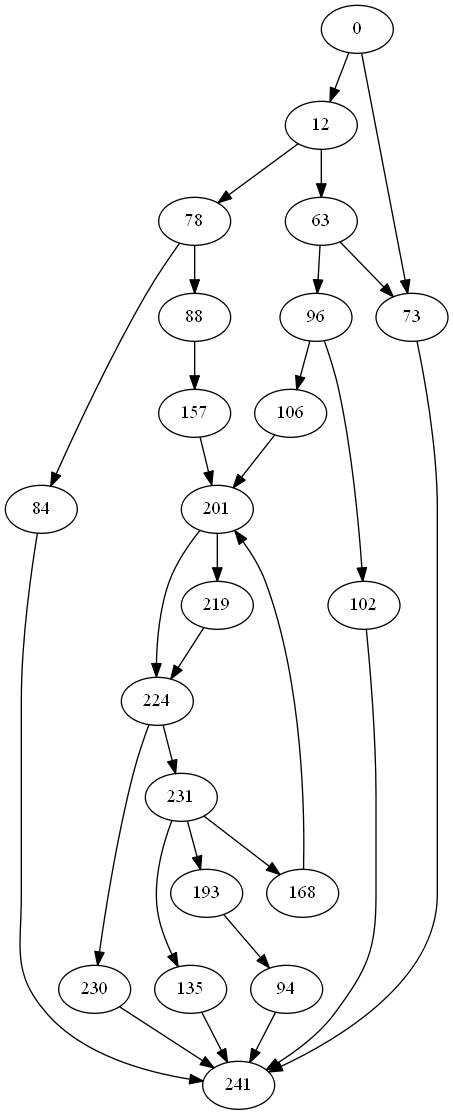
Earlier version of the Graphviz export iEvmOpt/Cfg/CfgOutput/assertExample_graph.png (Michael-LiangAnze/iEvmOpt). Its source is kept beside it as iEvmOpt/Cfg/CfgOutput/assertExample_graph.gv.
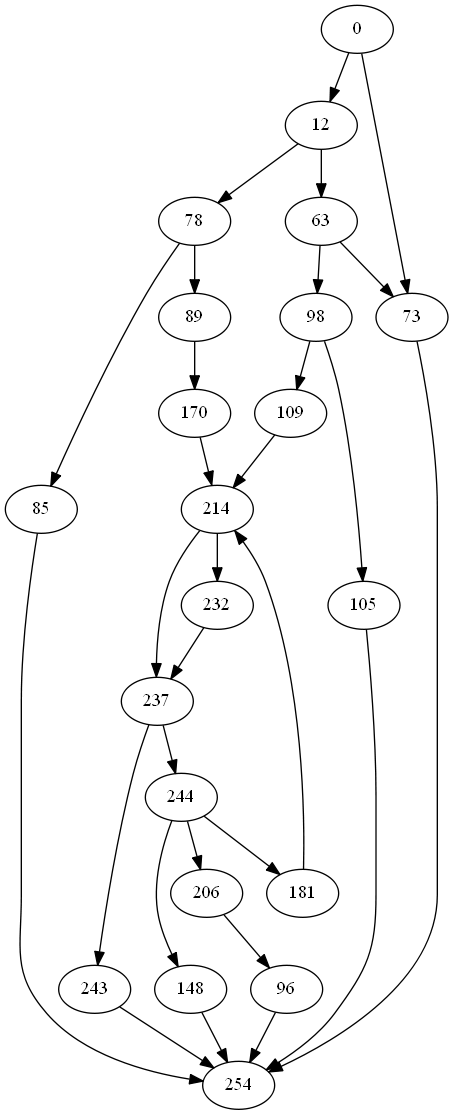
Above is the later version.

What changed in the source:
```diff
@@ -4,49 +4,49 @@
 	63 [label=63]
 	73 [label=73]
 	78 [label=78]
-	84 [label=84]
-	88 [label=88]
-	94 [label=94]
+	85 [label=85]
+	89 [label=89]
 	96 [label=96]
-	102 [label=102]
-	106 [label=106]
-	135 [label=135]
-	157 [label=157]
-	168 [label=168]
-	193 [label=193]
-	201 [label=201]
-	219 [label=219]
-	224 [label=224]
-	230 [label=230]
-	231 [label=231]
-	241 [label=241]
+	98 [label=98]
+	105 [label=105]
+	109 [label=109]
+	148 [label=148]
+	170 [label=170]
+	181 [label=181]
+	206 [label=206]
+	214 [label=214]
+	232 [label=232]
+	237 [label=237]
+	243 [label=243]
+	244 [label=244]
+	254 [label=254]
 	0 -> 73
 	0 -> 12
 	12 -> 78
 	12 -> 63
-	63 -> 96
 	63 -> 73
-	73 -> 241
-	78 -> 88
-	78 -> 84
-	84 -> 241
-	88 -> 157
-	94 -> 241
-	96 -> 106
-	96 -> 102
-	102 -> 241
-	106 -> 201
-	135 -> 241
-	157 -> 201
-	168 -> 201
-	193 -> 94
-	201 -> 224
-	201 -> 219
-	219 -> 224
-	224 -> 230
-	224 -> 231
-	230 -> 241
-	231 -> 168
-	231 -> 193
-	231 -> 135
+	63 -> 98
+	73 -> 254
+	78 -> 89
+	78 -> 85
+	85 -> 254
+	89 -> 170
+	96 -> 254
+	98 -> 105
+	98 -> 109
+	105 -> 254
+	109 -> 214
+	148 -> 254
+	170 -> 214
+	181 -> 214
+	206 -> 96
+	214 -> 232
+	214 -> 237
+	232 -> 237
+	237 -> 243
+	237 -> 244
+	243 -> 254
+	244 -> 148
+	244 -> 181
+	244 -> 206
 }
```
